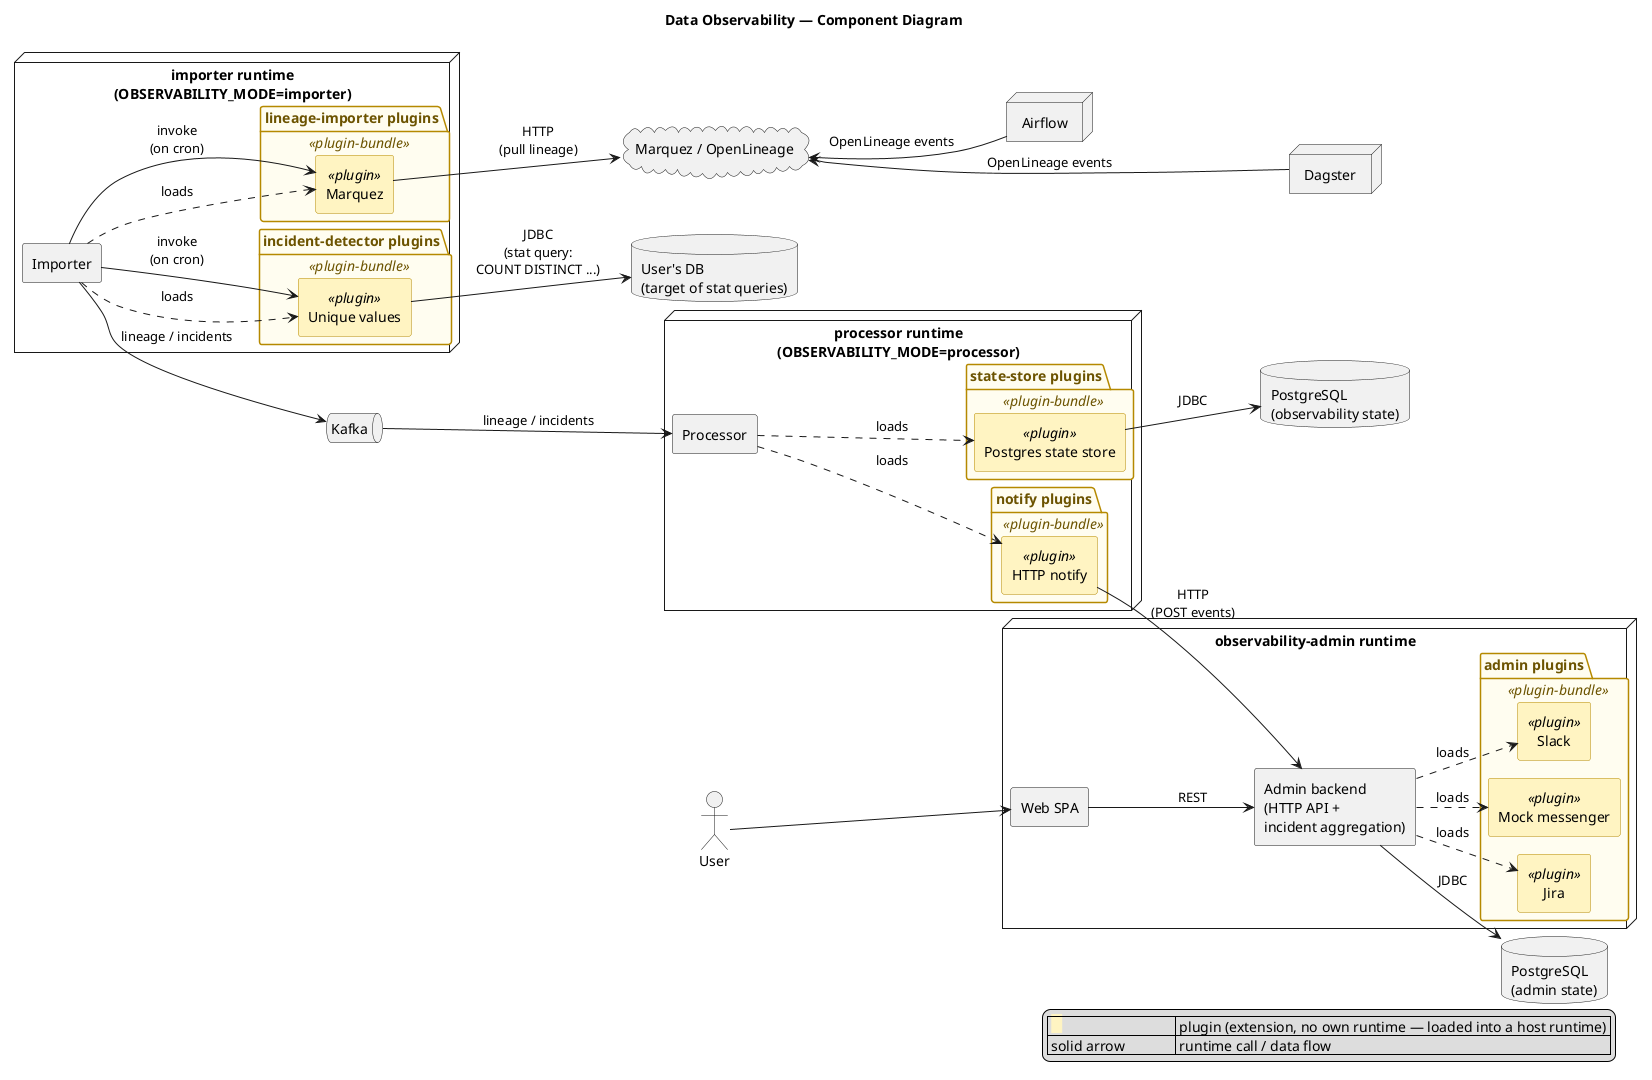
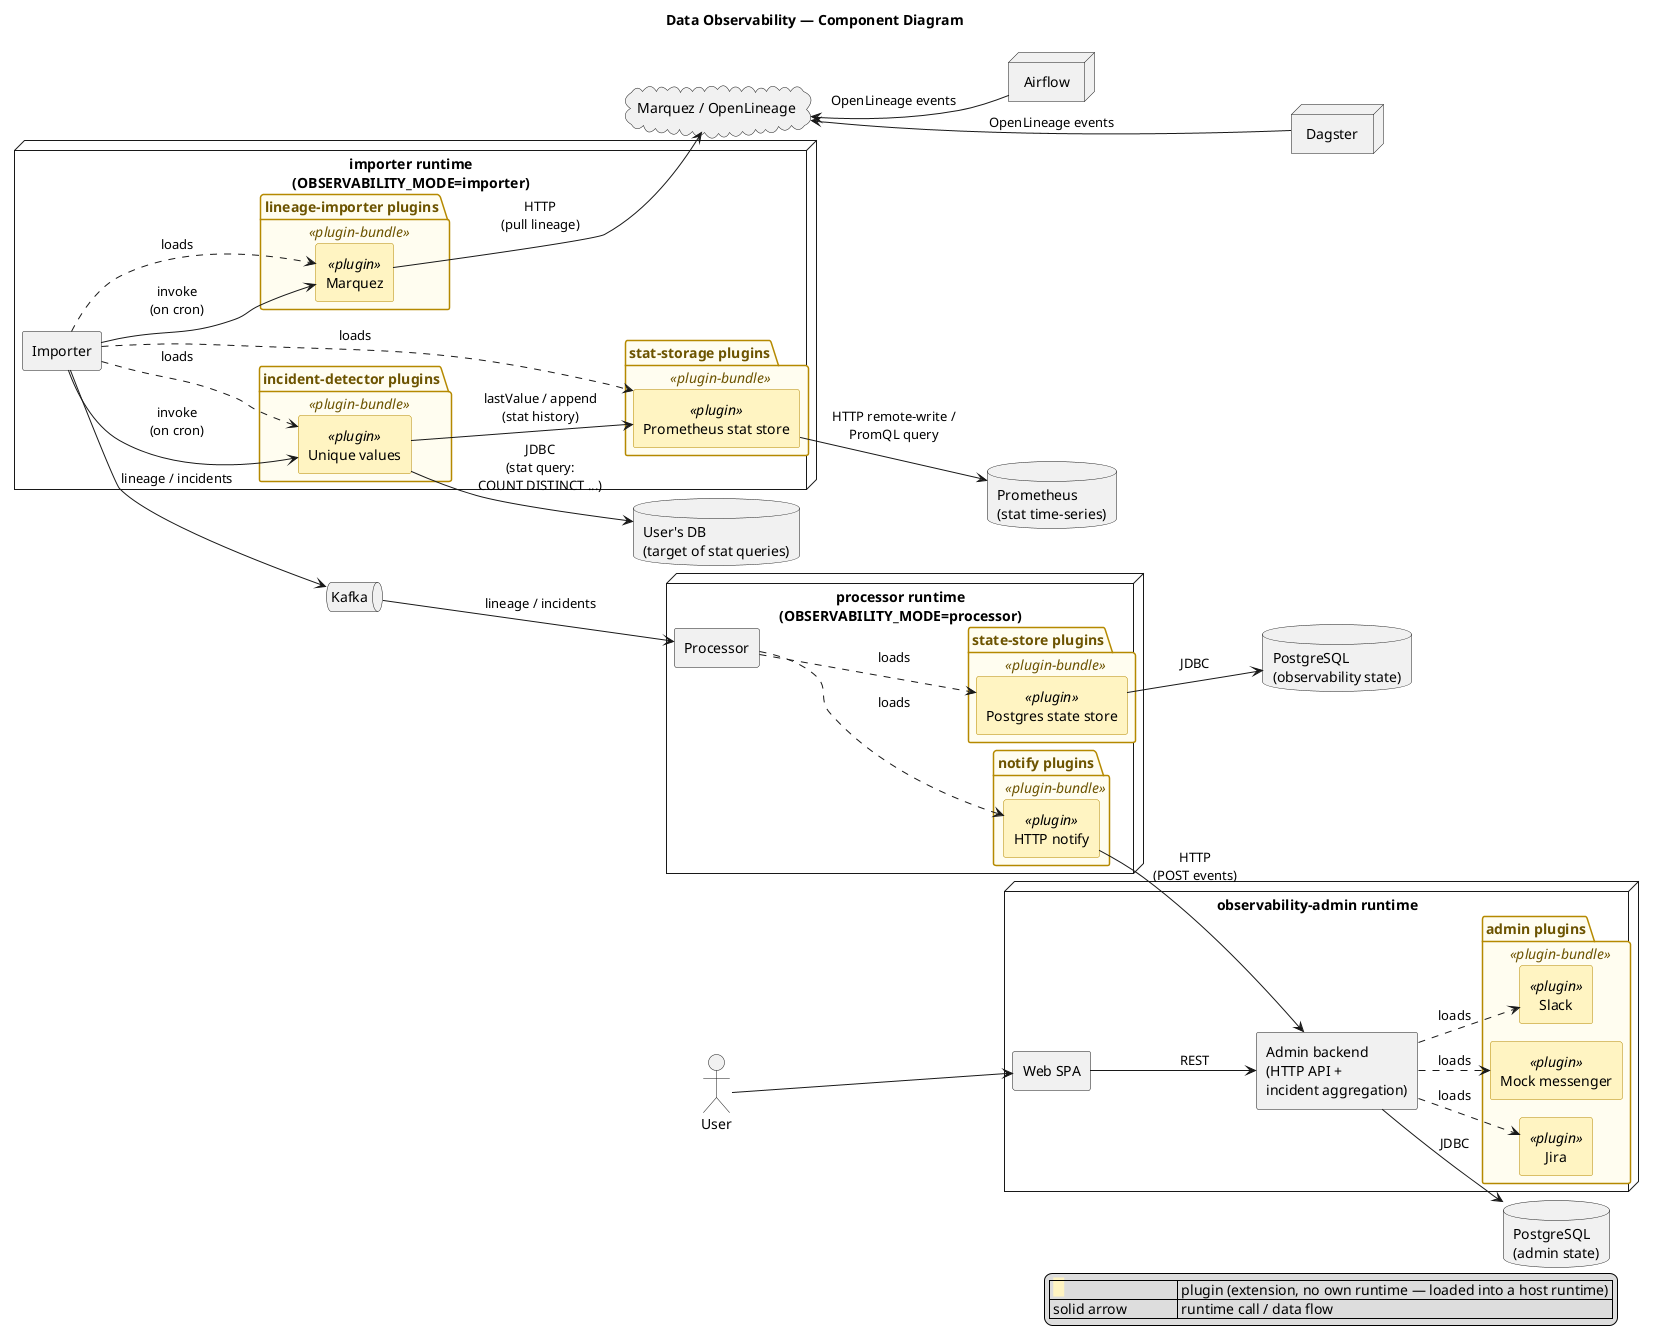
@startuml data-observability-components
' Use the built-in Smetana layout so Graphviz/dot is not required.
' Remove this line if you have `brew install graphviz` and prefer dot's layout.
!pragma layout smetana
title Data Observability — Component Diagram

skinparam componentStyle rectangle
skinparam shadowing false
skinparam wrapWidth 200
skinparam nodesep 60
skinparam ranksep 70

' Lay out the pipeline left-to-right (Marquez → importer → Kafka → processor → admin → user)
left to right direction

' ============================================================
' External systems (declared first so they sit at the edges)
' ============================================================
cloud    "Marquez / OpenLineage"              as marquez
node     "Airflow"                            as airflow
node     "Dagster"                            as dagster
database "User's DB\n(target of stat queries)" as userDb
queue    "Kafka"                              as kafka
+ database "Prometheus\n(stat time-series)"     as prometheus
database "PostgreSQL\n(observability state)"  as pgState
database "PostgreSQL\n(admin state)"          as pgAdmin
actor    "User"                               as user

' ============================================================
' Runtimes (real OS processes)
' ============================================================

node "importer runtime\n(OBSERVABILITY_MODE=importer)" as importerRuntime {
  package "lineage-importer plugins" <<plugin-bundle>> {
    [Marquez] <<plugin>> as marquezLI
  }
  [Importer] as importer
  package "incident-detector plugins" <<plugin-bundle>> {
    [Unique values] <<plugin>> as uniqueDet
+   }
+   package "stat-storage plugins" <<plugin-bundle>> {
+     [Prometheus stat store] <<plugin>> as promStorePlugin
  }
}

node "processor runtime\n(OBSERVABILITY_MODE=processor)" as processorRuntime {
  [Processor] as processor
  package "state-store plugins" <<plugin-bundle>> {
    [Postgres state store] <<plugin>> as pgStorePlugin
  }
  package "notify plugins" <<plugin-bundle>> {
    [HTTP notify] <<plugin>> as httpNotifyP
  }
}

node "observability-admin runtime" as adminRuntime {
  package "admin plugins" <<plugin-bundle>> {
    [Slack]          <<plugin>> as slackP
    [Jira]           <<plugin>> as jiraP
    [Mock messenger] <<plugin>> as mockP
  }
  [Admin backend\n(HTTP API +\nincident aggregation)] as admin
  [Web SPA] as webSpa
}


' ============================================================
' Layout hints (hidden arrows pin the left-to-right pipeline)
' ============================================================
marquez          -[hidden]right- importerRuntime
importerRuntime  -[hidden]right- kafka
kafka            -[hidden]right- processorRuntime
processorRuntime -[hidden]right- adminRuntime
adminRuntime     -[hidden]right- user

' Place the two databases under their respective runtimes
processorRuntime -[hidden]down- pgState
adminRuntime     -[hidden]down- pgAdmin

' Orchestrators sit to the right of Marquez and stack vertically
marquez         -[hidden]right- airflow
airflow         -[hidden]down-  dagster
' User's DB stacks under the importer runtime
importerRuntime -[hidden]down-  userDb
+ userDb          -[hidden]down-  prometheus

' ============================================================
' Plugin "loaded into host runtime" relationships
' ============================================================
- importer  ..> marquezLI     : loads
- importer  ..> uniqueDet     : loads
- processor ..> pgStorePlugin : loads
- processor ..> httpNotifyP   : loads
+ importer  ..> marquezLI       : loads
+ importer  ..> uniqueDet       : loads
+ importer  ..> promStorePlugin : loads
+ processor ..> pgStorePlugin   : loads
+ processor ..> httpNotifyP     : loads
admin     ..> slackP        : loads
admin     ..> jiraP         : loads
admin     ..> mockP         : loads

' ============================================================
' Runtime interactions
' ============================================================
' Upstream orchestrators publish OpenLineage events to Marquez
airflow   --> marquez   : OpenLineage events
dagster   --> marquez   : OpenLineage events

' The importer wakes up on a schedule (cron) and pulls / queries each cycle
importer  --> marquezLI : invoke\n(on cron)
importer  --> uniqueDet : invoke\n(on cron)

marquezLI --> marquez   : HTTP\n(pull lineage)
uniqueDet --> userDb    : JDBC\n(stat query:\nCOUNT DISTINCT ...)
+ 
+ ' Detectors read previous values and append new stat values via the stat-storage plugin
+ uniqueDet       --> promStorePlugin : lastValue / append\n(stat history)
+ promStorePlugin --> prometheus      : HTTP remote-write /\nPromQL query

importer  --> kafka     : lineage / incidents
kafka     --> processor : lineage / incidents

pgStorePlugin --> pgState : JDBC
httpNotifyP   --> admin   : HTTP\n(POST events)

admin     --> pgAdmin   : JDBC
user      --> webSpa
webSpa    --> admin     : REST

' ============================================================
' Plugin styling
' ============================================================
skinparam component {
  BackgroundColor<<plugin>> #FFF4C2
  BorderColor<<plugin>>     #B58900
}
skinparam package {
  BackgroundColor<<plugin-bundle>> #FFFDF0
  BorderColor<<plugin-bundle>>     #B58900
  FontColor<<plugin-bundle>>       #6c5300
}

legend right
  | <back:#FFF4C2>   </back> | plugin (extension, no own runtime — loaded into a host runtime) |
  | solid arrow              | runtime call / data flow |
endlegend

@enduml
